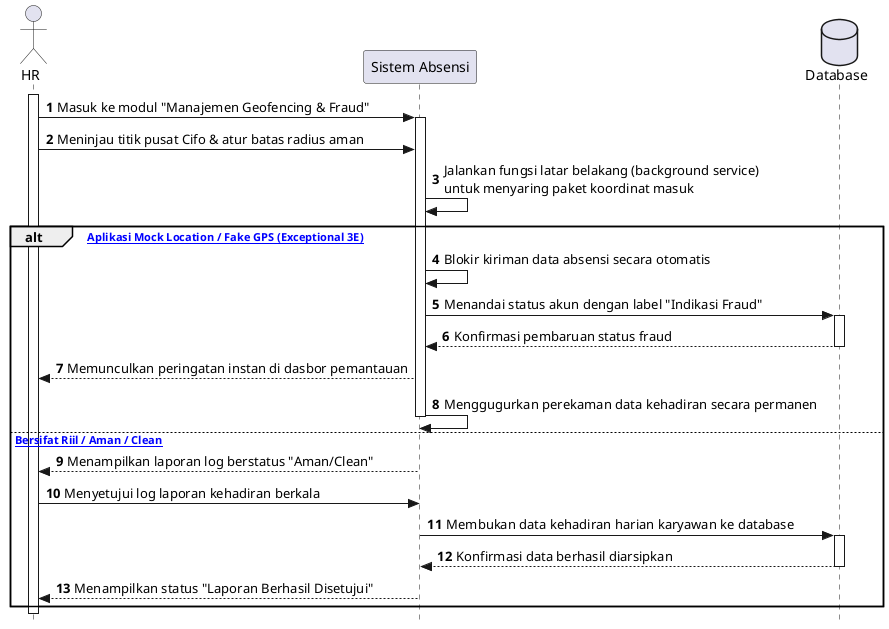
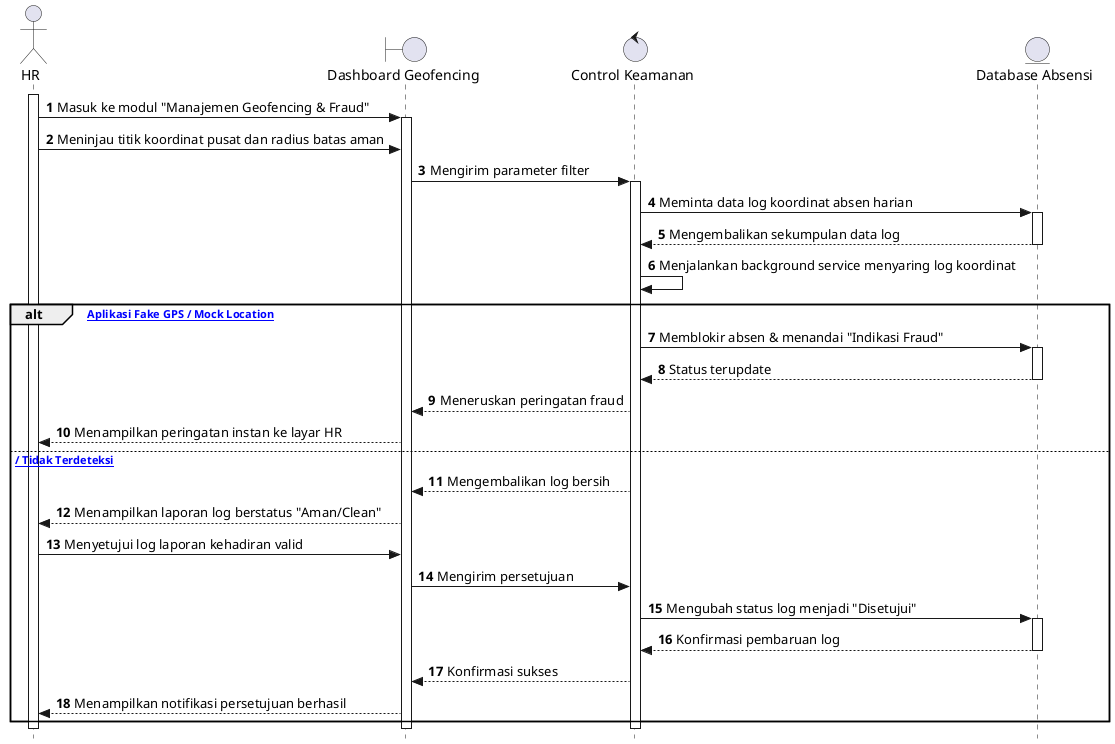
@startuml
autonumber
skinparam style strictuml

actor HR
- participant "Sistem Absensi" as Sys
- database "Database" as DB
+ boundary "Dashboard Geofencing" as Form
+ control "Control Keamanan" as Ctrl
+ entity "Database Absensi" as DB

activate HR
- HR -> Sys: Masuk ke modul "Manajemen Geofencing & Fraud"
- activate Sys
- HR -> Sys: Meninjau titik pusat Cifo & atur batas radius aman
+ HR -> Form: Masuk ke modul "Manajemen Geofencing & Fraud"
+ activate Form
+ HR -> Form: Meninjau titik koordinat pusat dan radius batas aman
+ Form -> Ctrl: Mengirim parameter filter
+ activate Ctrl

- Sys -> Sys: Jalankan fungsi latar belakang (background service)\nuntuk menyaring paket koordinat masuk
+ Ctrl -> DB: Meminta data log koordinat absen harian
+ activate DB
+ DB --> Ctrl: Mengembalikan sekumpulan data log
+ deactivate DB
+ Ctrl -> Ctrl: Menjalankan background service menyaring log koordinat

- alt [Terdeteksi Aplikasi Mock Location / Fake GPS (Exceptional 3E)]
-     Sys -> Sys: Blokir kiriman data absensi secara otomatis
-     Sys -> DB: Menandai status akun dengan label "Indikasi Fraud"
+ alt [Terdeteksi Aplikasi Fake GPS / Mock Location]
+     Ctrl -> DB: Memblokir absen & menandai "Indikasi Fraud"
    activate DB
-     DB --> Sys: Konfirmasi pembaruan status fraud
+     DB --> Ctrl: Status terupdate
    deactivate DB
-     Sys --> HR: Memunculkan peringatan instan di dasbor pemantauan
-     Sys -> Sys: Menggugurkan perekaman data kehadiran secara permanen
-     deactivate Sys
- else [Koordinat Bersifat Riil / Aman / Clean]
-     Sys --> HR: Menampilkan laporan log berstatus "Aman/Clean"
- 
-     HR -> Sys: Menyetujui log laporan kehadiran berkala
-     Sys -> DB: Membukan data kehadiran harian karyawan ke database
+     Ctrl --> Form: Meneruskan peringatan fraud
+     Form --> HR: Menampilkan peringatan instan ke layar HR
+ else [Aman / Tidak Terdeteksi]
+     Ctrl --> Form: Mengembalikan log bersih
+     Form --> HR: Menampilkan laporan log berstatus "Aman/Clean"
+     HR -> Form: Menyetujui log laporan kehadiran valid
+     Form -> Ctrl: Mengirim persetujuan
+     Ctrl -> DB: Mengubah status log menjadi "Disetujui"
    activate DB
-     DB --> Sys: Konfirmasi data berhasil diarsipkan
+     DB --> Ctrl: Konfirmasi pembaruan log
    deactivate DB
-     Sys --> HR: Menampilkan status "Laporan Berhasil Disetujui"
-     deactivate Sys
+     Ctrl --> Form: Konfirmasi sukses
+     Form --> HR: Menampilkan notifikasi persetujuan berhasil
end

+ deactivate Ctrl
+ deactivate Form
deactivate HR
@enduml